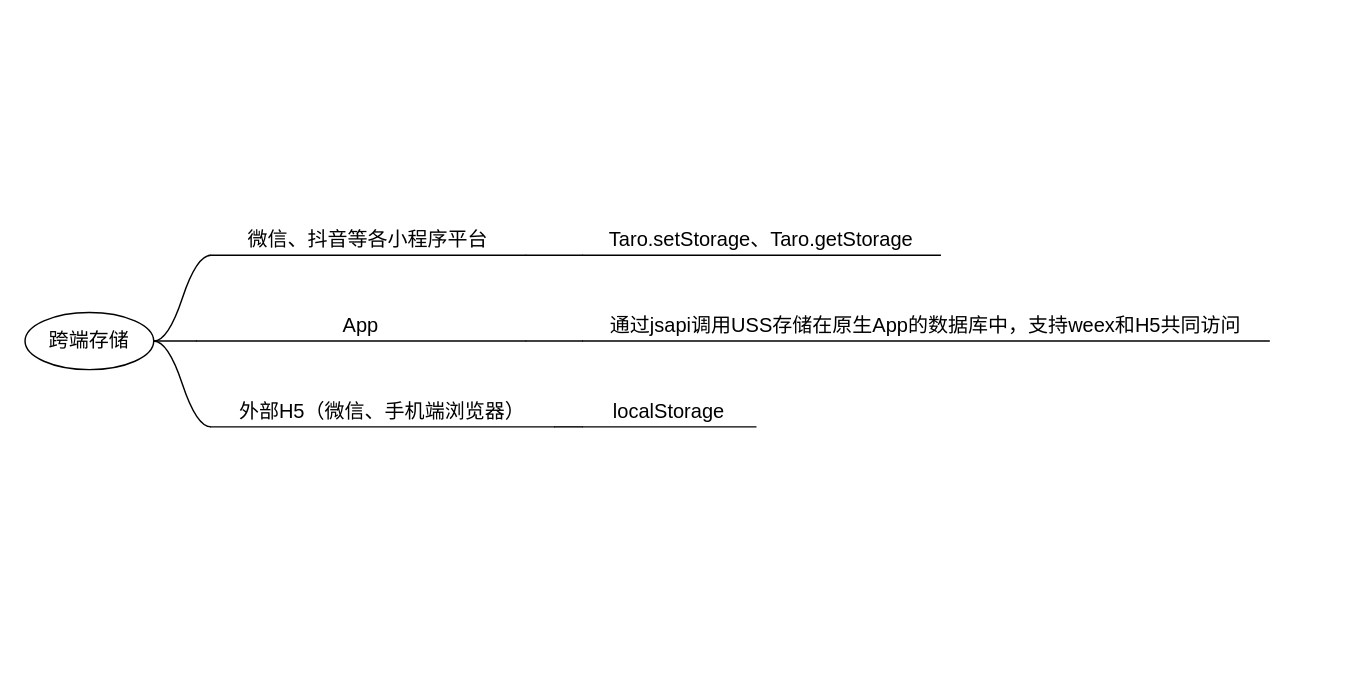
This is 跨端存储.drawio from Rainbow-556/TechProposal, a draw.io file, before an edit. Source tidied: cells renumbered, new cells numbered last; positions are measured from the earlier drawing's top-left corner, leaving out a move shared by most shapes. Both pictures are drawn from the tidied source at 143%, with x=0, y=0 at pixel (24, 226).
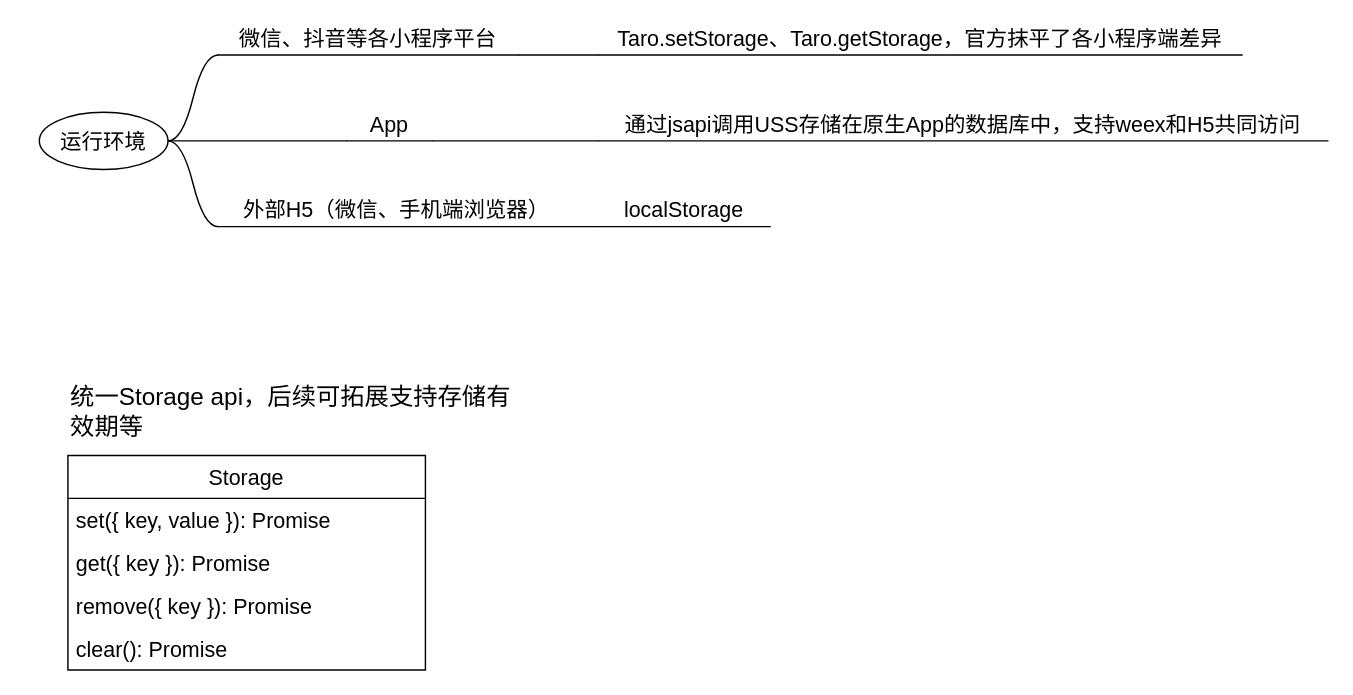
After the change.

The edit, as a diff of the source:
```diff
@@
-    <mxCell id="2" value="跨端存储" style="ellipse;whiteSpace=wrap;html=1;align=center;newEdgeStyle={&quot;edgeStyle&quot;:&quot;entityRelationEdgeStyle&quot;,&quot;startArrow&quot;:&quot;none&quot;,&quot;endArrow&quot;:&quot;none&quot;,&quot;segment&quot;:10,&quot;curved&quot;:1};fontSize=14;" parent="1" vertex="1">
-      <mxGeometry y="60" width="90" height="40" as="geometry" />
+    <mxCell id="2" value="运行环境" style="ellipse;whiteSpace=wrap;html=1;align=center;newEdgeStyle={&quot;edgeStyle&quot;:&quot;entityRelationEdgeStyle&quot;,&quot;startArrow&quot;:&quot;none&quot;,&quot;endArrow&quot;:&quot;none&quot;,&quot;segment&quot;:10,&quot;curved&quot;:1};fontSize=15;" parent="1" vertex="1">
+      <mxGeometry x="10" y="-80" width="90" height="40" as="geometry" />
     </mxCell>
-    <mxCell id="3" value="微信、抖音等各小程序平台" style="whiteSpace=wrap;html=1;shape=partialRectangle;top=0;left=0;bottom=1;right=0;points=[[0,1],[1,1]];fillColor=none;align=center;verticalAlign=bottom;routingCenterY=0.5;snapToPoint=1;newEdgeStyle={&quot;edgeStyle&quot;:&quot;entityRelationEdgeStyle&quot;,&quot;startArrow&quot;:&quot;none&quot;,&quot;endArrow&quot;:&quot;none&quot;,&quot;segment&quot;:10,&quot;curved&quot;:1};fontSize=14;" parent="1" vertex="1">
-      <mxGeometry x="130" width="220" height="20" as="geometry" />
+    <mxCell id="3" value="微信、抖音等各小程序平台" style="whiteSpace=wrap;html=1;shape=partialRectangle;top=0;left=0;bottom=1;right=0;points=[[0,1],[1,1]];fillColor=none;align=center;verticalAlign=bottom;routingCenterY=0.5;snapToPoint=1;newEdgeStyle={&quot;edgeStyle&quot;:&quot;entityRelationEdgeStyle&quot;,&quot;startArrow&quot;:&quot;none&quot;,&quot;endArrow&quot;:&quot;none&quot;,&quot;segment&quot;:10,&quot;curved&quot;:1};fontSize=15;" parent="1" vertex="1">
+      <mxGeometry x="135" y="-140" width="210" height="20" as="geometry" />
     </mxCell>
-    <mxCell id="4" style="edgeStyle=entityRelationEdgeStyle;startArrow=none;endArrow=none;segment=10;curved=1;rounded=0;fontSize=14;" parent="1" edge="1" target="3">
+    <mxCell id="4" style="edgeStyle=entityRelationEdgeStyle;startArrow=none;endArrow=none;segment=10;curved=1;rounded=0;fontSize=15;" parent="1" edge="1" target="3">
       <mxGeometry relative="1" as="geometry">
-        <mxPoint x="90" y="80" as="sourcePoint" />
+        <mxPoint x="100" y="-60" as="sourcePoint" />
       </mxGeometry>
     </mxCell>
-    <mxCell id="5" value="App" style="whiteSpace=wrap;html=1;shape=partialRectangle;top=0;left=0;bottom=1;right=0;points=[[0,1],[1,1]];fillColor=none;align=center;verticalAlign=bottom;routingCenterY=0.5;snapToPoint=1;newEdgeStyle={&quot;edgeStyle&quot;:&quot;entityRelationEdgeStyle&quot;,&quot;startArrow&quot;:&quot;none&quot;,&quot;endArrow&quot;:&quot;none&quot;,&quot;segment&quot;:10,&quot;curved&quot;:1};fontSize=14;" parent="1" vertex="1">
-      <mxGeometry x="120" y="60" width="230" height="20" as="geometry" />
+    <mxCell id="5" value="App" style="whiteSpace=wrap;html=1;shape=partialRectangle;top=0;left=0;bottom=1;right=0;points=[[0,1],[1,1]];fillColor=none;align=center;verticalAlign=bottom;routingCenterY=0.5;snapToPoint=1;newEdgeStyle={&quot;edgeStyle&quot;:&quot;entityRelationEdgeStyle&quot;,&quot;startArrow&quot;:&quot;none&quot;,&quot;endArrow&quot;:&quot;none&quot;,&quot;segment&quot;:10,&quot;curved&quot;:1};fontSize=15;" parent="1" vertex="1">
+      <mxGeometry x="225" y="-80" width="60" height="20" as="geometry" />
     </mxCell>
-    <mxCell id="6" style="edgeStyle=entityRelationEdgeStyle;startArrow=none;endArrow=none;segment=10;curved=1;rounded=0;fontSize=14;exitX=1;exitY=0.5;exitDx=0;exitDy=0;" parent="1" edge="1" source="2" target="5">
+    <mxCell id="6" style="edgeStyle=entityRelationEdgeStyle;startArrow=none;endArrow=none;segment=10;curved=1;rounded=0;fontSize=15;exitX=1;exitY=0.5;exitDx=0;exitDy=0;" parent="1" edge="1" source="2" target="5">
       <mxGeometry relative="1" as="geometry" />
     </mxCell>
-    <mxCell id="7" value="外部H5（微信、手机端浏览器）" style="whiteSpace=wrap;html=1;shape=partialRectangle;top=0;left=0;bottom=1;right=0;points=[[0,1],[1,1]];fillColor=none;align=center;verticalAlign=bottom;routingCenterY=0.5;snapToPoint=1;newEdgeStyle={&quot;edgeStyle&quot;:&quot;entityRelationEdgeStyle&quot;,&quot;startArrow&quot;:&quot;none&quot;,&quot;endArrow&quot;:&quot;none&quot;,&quot;segment&quot;:10,&quot;curved&quot;:1};fontSize=14;" parent="1" vertex="1">
-      <mxGeometry x="130" y="120" width="240" height="20" as="geometry" />
+    <mxCell id="7" value="外部H5（微信、手机端浏览器）" style="whiteSpace=wrap;html=1;shape=partialRectangle;top=0;left=0;bottom=1;right=0;points=[[0,1],[1,1]];fillColor=none;align=center;verticalAlign=bottom;routingCenterY=0.5;snapToPoint=1;newEdgeStyle={&quot;edgeStyle&quot;:&quot;entityRelationEdgeStyle&quot;,&quot;startArrow&quot;:&quot;none&quot;,&quot;endArrow&quot;:&quot;none&quot;,&quot;segment&quot;:10,&quot;curved&quot;:1};fontSize=15;" parent="1" vertex="1">
+      <mxGeometry x="135" y="-20" width="250" height="20" as="geometry" />
     </mxCell>
-    <mxCell id="8" style="edgeStyle=entityRelationEdgeStyle;startArrow=none;endArrow=none;segment=10;curved=1;rounded=0;fontSize=14;exitX=1;exitY=0.5;exitDx=0;exitDy=0;" parent="1" edge="1" source="2" target="7">
+    <mxCell id="8" style="edgeStyle=entityRelationEdgeStyle;startArrow=none;endArrow=none;segment=10;curved=1;rounded=0;fontSize=15;exitX=1;exitY=0.5;exitDx=0;exitDy=0;" parent="1" edge="1" source="2" target="7">
       <mxGeometry relative="1" as="geometry" />
     </mxCell>
-    <mxCell id="9" value="Taro.setStorage、Taro.getStorage" style="whiteSpace=wrap;html=1;shape=partialRectangle;top=0;left=0;bottom=1;right=0;points=[[0,1],[1,1]];fillColor=none;align=center;verticalAlign=bottom;routingCenterY=0.5;snapToPoint=1;newEdgeStyle={&quot;edgeStyle&quot;:&quot;entityRelationEdgeStyle&quot;,&quot;startArrow&quot;:&quot;none&quot;,&quot;endArrow&quot;:&quot;none&quot;,&quot;segment&quot;:10,&quot;curved&quot;:1};fontSize=14;" parent="1" vertex="1" collapsed="1">
-      <mxGeometry x="390" width="250" height="20" as="geometry" />
+    <mxCell id="9" value="Taro.setStorage、Taro.getStorage，官方抹平了各小程序端差异" style="whiteSpace=wrap;html=1;shape=partialRectangle;top=0;left=0;bottom=1;right=0;points=[[0,1],[1,1]];fillColor=none;align=center;verticalAlign=bottom;routingCenterY=0.5;snapToPoint=1;newEdgeStyle={&quot;edgeStyle&quot;:&quot;entityRelationEdgeStyle&quot;,&quot;startArrow&quot;:&quot;none&quot;,&quot;endArrow&quot;:&quot;none&quot;,&quot;segment&quot;:10,&quot;curved&quot;:1};fontSize=15;" parent="1" vertex="1" collapsed="1">
+      <mxGeometry x="401" y="-140" width="450" height="20" as="geometry" />
     </mxCell>
-    <mxCell id="10" style="edgeStyle=entityRelationEdgeStyle;startArrow=none;endArrow=none;segment=10;curved=1;rounded=0;fontSize=14;exitX=1;exitY=1;exitDx=0;exitDy=0;" parent="1" edge="1" source="3" target="9">
+    <mxCell id="10" style="edgeStyle=entityRelationEdgeStyle;startArrow=none;endArrow=none;segment=10;curved=1;rounded=0;fontSize=15;exitX=1;exitY=1;exitDx=0;exitDy=0;" parent="1" edge="1" source="3" target="9">
       <mxGeometry relative="1" as="geometry" />
     </mxCell>
-    <mxCell id="11" value="通过jsapi调用USS存储在原生App的数据库中，支持weex和H5共同访问" style="whiteSpace=wrap;html=1;shape=partialRectangle;top=0;left=0;bottom=1;right=0;points=[[0,1],[1,1]];fillColor=none;align=center;verticalAlign=bottom;routingCenterY=0.5;snapToPoint=1;newEdgeStyle={&quot;edgeStyle&quot;:&quot;entityRelationEdgeStyle&quot;,&quot;startArrow&quot;:&quot;none&quot;,&quot;endArrow&quot;:&quot;none&quot;,&quot;segment&quot;:10,&quot;curved&quot;:1};fontSize=14;" parent="1" vertex="1">
-      <mxGeometry x="390" y="60" width="480" height="20" as="geometry" />
+    <mxCell id="11" value="通过jsapi调用USS存储在原生App的数据库中，支持weex和H5共同访问" style="whiteSpace=wrap;html=1;shape=partialRectangle;top=0;left=0;bottom=1;right=0;points=[[0,1],[1,1]];fillColor=none;align=center;verticalAlign=bottom;routingCenterY=0.5;snapToPoint=1;newEdgeStyle={&quot;edgeStyle&quot;:&quot;entityRelationEdgeStyle&quot;,&quot;startArrow&quot;:&quot;none&quot;,&quot;endArrow&quot;:&quot;none&quot;,&quot;segment&quot;:10,&quot;curved&quot;:1};fontSize=15;" parent="1" vertex="1">
+      <mxGeometry x="401" y="-80" width="510" height="20" as="geometry" />
     </mxCell>
-    <mxCell id="12" style="edgeStyle=entityRelationEdgeStyle;startArrow=none;endArrow=none;segment=10;curved=1;rounded=0;fontSize=14;exitX=1;exitY=1;exitDx=0;exitDy=0;" parent="1" edge="1" source="5" target="11">
+    <mxCell id="12" style="edgeStyle=entityRelationEdgeStyle;startArrow=none;endArrow=none;segment=10;curved=1;rounded=0;fontSize=15;exitX=1;exitY=1;exitDx=0;exitDy=0;" parent="1" edge="1" source="5" target="11">
       <mxGeometry relative="1" as="geometry" />
     </mxCell>
-    <mxCell id="13" value="localStorage" style="whiteSpace=wrap;html=1;shape=partialRectangle;top=0;left=0;bottom=1;right=0;points=[[0,1],[1,1]];fillColor=none;align=center;verticalAlign=bottom;routingCenterY=0.5;snapToPoint=1;newEdgeStyle={&quot;edgeStyle&quot;:&quot;entityRelationEdgeStyle&quot;,&quot;startArrow&quot;:&quot;none&quot;,&quot;endArrow&quot;:&quot;none&quot;,&quot;segment&quot;:10,&quot;curved&quot;:1};fontSize=14;" parent="1" vertex="1">
-      <mxGeometry x="390" y="120" width="121" height="20" as="geometry" />
+    <mxCell id="13" value="localStorage" style="whiteSpace=wrap;html=1;shape=partialRectangle;top=0;left=0;bottom=1;right=0;points=[[0,1],[1,1]];fillColor=none;align=center;verticalAlign=bottom;routingCenterY=0.5;snapToPoint=1;newEdgeStyle={&quot;edgeStyle&quot;:&quot;entityRelationEdgeStyle&quot;,&quot;startArrow&quot;:&quot;none&quot;,&quot;endArrow&quot;:&quot;none&quot;,&quot;segment&quot;:10,&quot;curved&quot;:1};fontSize=15;" parent="1" vertex="1">
+      <mxGeometry x="401" y="-20" width="120" height="20" as="geometry" />
     </mxCell>
-    <mxCell id="14" style="edgeStyle=entityRelationEdgeStyle;startArrow=none;endArrow=none;segment=10;curved=1;rounded=0;fontSize=14;exitX=1;exitY=1;exitDx=0;exitDy=0;" parent="1" edge="1" source="7" target="13">
+    <mxCell id="14" style="edgeStyle=entityRelationEdgeStyle;startArrow=none;endArrow=none;segment=10;curved=1;rounded=0;fontSize=15;exitX=1;exitY=1;exitDx=0;exitDy=0;" parent="1" edge="1" source="7" target="13">
       <mxGeometry relative="1" as="geometry" />
     </mxCell>
+    <mxCell id="15" value="Storage" style="swimlane;fontStyle=0;horizontal=1;startSize=30;fontSize=15;" parent="1" vertex="1">
+      <mxGeometry x="30" y="160" width="250" height="150" as="geometry" />
+    </mxCell>
+    <mxCell id="16" value="set({ key, value }): Promise" style="text;strokeColor=none;fillColor=none;align=left;verticalAlign=middle;spacingLeft=4;spacingRight=4;overflow=hidden;fontSize=15;" parent="15" vertex="1">
+      <mxGeometry y="30" width="250" height="30" as="geometry" />
+    </mxCell>
+    <mxCell id="17" value="get({ key }): Promise" style="text;strokeColor=none;fillColor=none;align=left;verticalAlign=middle;spacingLeft=4;spacingRight=4;overflow=hidden;fontSize=15;" parent="15" vertex="1">
+      <mxGeometry y="60" width="250" height="30" as="geometry" />
+    </mxCell>
+    <mxCell id="18" value="remove({ key }): Promise" style="text;strokeColor=none;fillColor=none;align=left;verticalAlign=middle;spacingLeft=4;spacingRight=4;overflow=hidden;fontSize=15;" parent="15" vertex="1">
+      <mxGeometry y="90" width="250" height="30" as="geometry" />
+    </mxCell>
+    <mxCell id="19" value="clear(): Promise" style="text;strokeColor=none;fillColor=none;align=left;verticalAlign=middle;spacingLeft=4;spacingRight=4;overflow=hidden;fontSize=15;" parent="15" vertex="1">
+      <mxGeometry y="120" width="250" height="30" as="geometry" />
+    </mxCell>
+    <mxCell id="20" value="统一Storage api，后续可拓展支持存储有效期等" style="text;html=1;strokeColor=none;fillColor=none;align=left;verticalAlign=middle;whiteSpace=wrap;rounded=0;fontSize=17;" parent="1" vertex="1">
+      <mxGeometry x="30" y="110" width="310" height="40" as="geometry" />
+    </mxCell>
```
